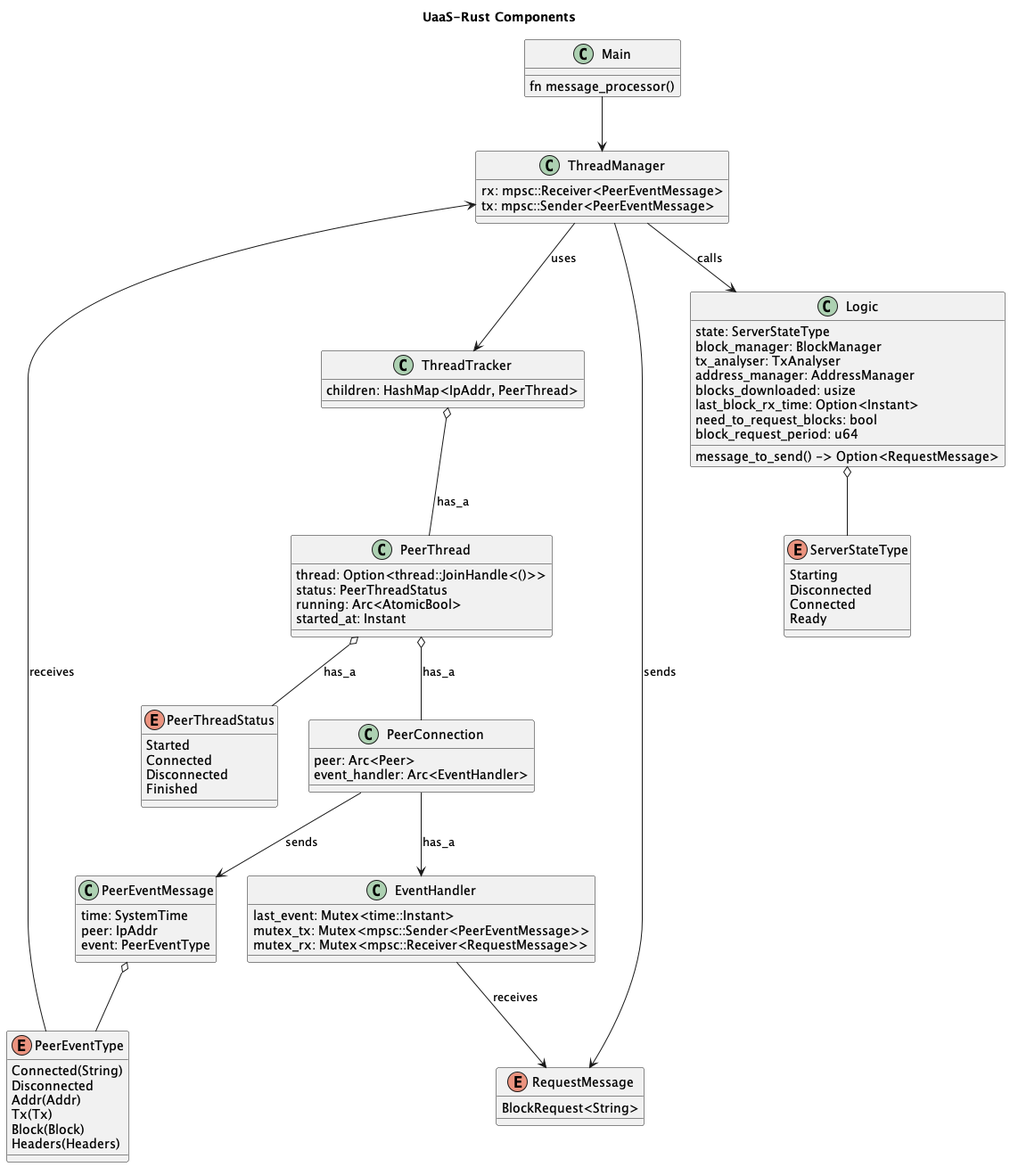
nchain-innovation/utxo-as-a-service keeps this PlantUML diagram as docs/diagrams/service_structure.png. Above is the earlier version.
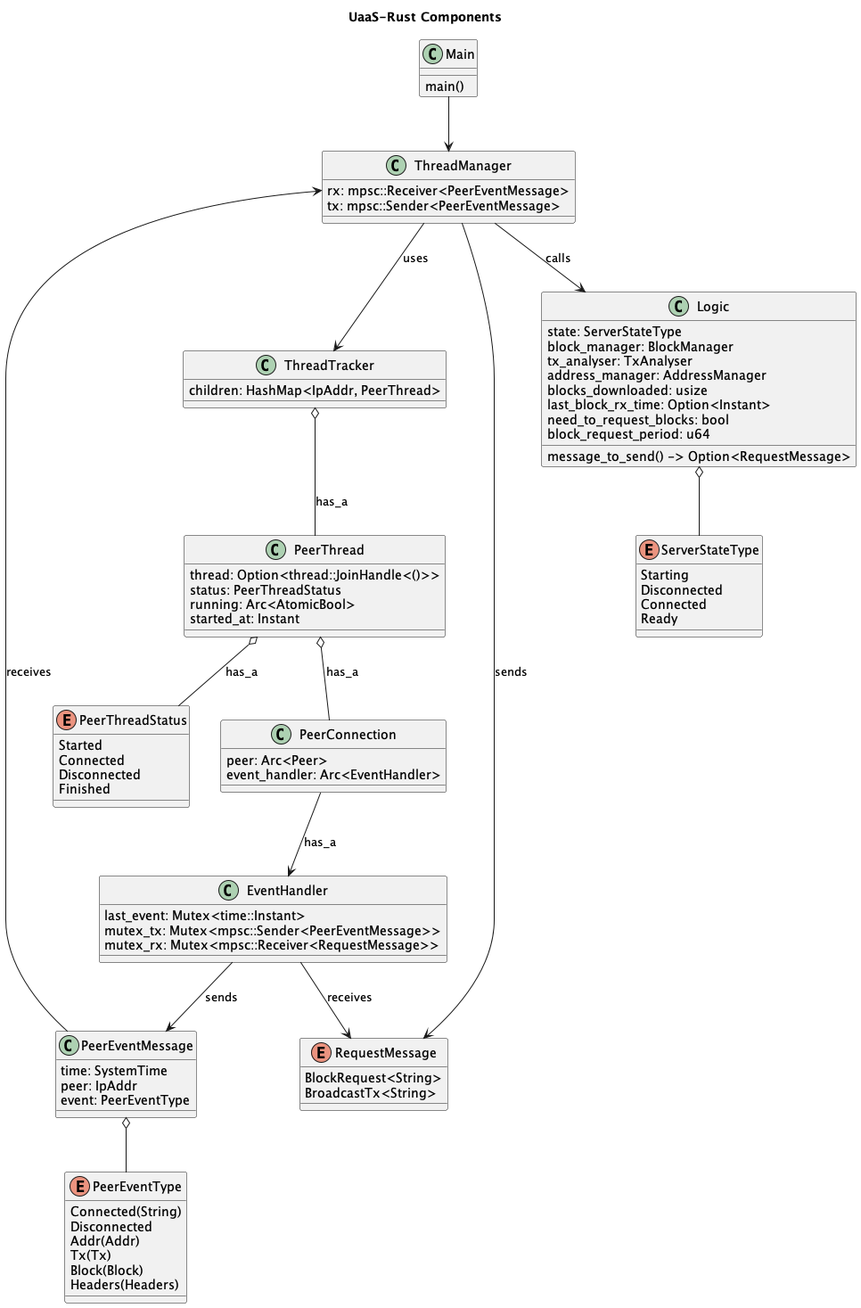
The same file after the commit.

What changed in the source:
```diff
@@ -4,7 +4,7 @@
 top to bottom direction
 
 class Main {
-    fn message_processor()
+    main()
 }
 enum PeerThreadStatus {
     Started
@@ -21,8 +21,6 @@
     {field} Block(Block)
     {field} Headers(Headers)
 }
-
-
 
 class PeerEventMessage {
     time: SystemTime
@@ -58,6 +56,7 @@
 
 enum RequestMessage {
     BlockRequest<String>
+    BroadcastTx<String>
 }
 
 class EventHandler {
@@ -75,9 +74,9 @@
 
 PeerThread o-- PeerConnection : has_a
 
-PeerConnection --> PeerEventMessage: sends
+EventHandler --> PeerEventMessage: sends
 PeerConnection --> EventHandler: has_a
-PeerEventType --> ThreadManager: receives
+PeerEventMessage --> ThreadManager: receives
 
 
 
```
